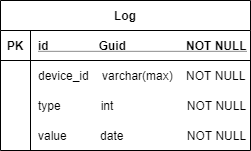
This is files/БД.png from redmolle/BehavioralAnalysis, a draw.io export, as it was before one commit. Source tidied: cells renumbered, new cells last; positions are measured from the earlier drawing's top-left corner, leaving out a move shared by most shapes.
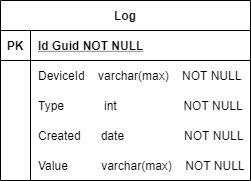
Above is the later version.

Diff of the diagram source:
```diff
@@ -3,7 +3,7 @@
     <mxCell id="0" />
     <mxCell id="1" parent="0" />
     <mxCell id="2" value="Log" style="shape=table;startSize=30;rowLines=0;fontStyle=1;align=center;" parent="1" vertex="1">
-      <mxGeometry width="250" height="150" as="geometry" />
+      <mxGeometry width="250" height="180" as="geometry" />
     </mxCell>
     <mxCell id="3" style="shape=partialRectangle;fillColor=none;top=0;left=0;right=0;bottom=1;" parent="2" vertex="1">
       <mxGeometry y="30" width="250" height="30" as="geometry" />
@@ -11,7 +11,7 @@
     <mxCell id="4" value="PK" style="shape=partialRectangle;overflow=hidden;fillColor=none;top=0;left=0;bottom=0;right=0;fontStyle=1;" parent="3" vertex="1">
       <mxGeometry width="30" height="30" as="geometry" />
     </mxCell>
-    <mxCell id="5" value="id               Guid                  NOT NULL " style="shape=partialRectangle;overflow=hidden;fillColor=none;top=0;left=0;bottom=0;right=0;align=left;spacingLeft=6;fontStyle=5;" parent="3" vertex="1">
+    <mxCell id="5" value="Id Guid NOT NULL " style="shape=partialRectangle;overflow=hidden;fillColor=none;top=0;left=0;bottom=0;right=0;align=left;spacingLeft=6;fontStyle=5;" parent="3" vertex="1">
       <mxGeometry x="30" width="220" height="30" as="geometry" />
     </mxCell>
     <mxCell id="6" style="shape=partialRectangle;fillColor=none;top=0;left=0;right=0;bottom=0;" parent="2" vertex="1">
@@ -20,7 +20,7 @@
     <mxCell id="7" style="shape=partialRectangle;overflow=hidden;fillColor=none;top=0;left=0;bottom=0;right=0;" parent="6" vertex="1">
       <mxGeometry width="30" height="30" as="geometry" />
     </mxCell>
-    <mxCell id="8" value="device_id    varchar(max)    NOT NULL" style="shape=partialRectangle;overflow=hidden;fillColor=none;top=0;left=0;bottom=0;right=0;align=left;spacingLeft=6;" parent="6" vertex="1">
+    <mxCell id="8" value="DeviceId    varchar(max)    NOT NULL" style="shape=partialRectangle;overflow=hidden;fillColor=none;top=0;left=0;bottom=0;right=0;align=left;spacingLeft=6;" parent="6" vertex="1">
       <mxGeometry x="30" width="220" height="30" as="geometry" />
     </mxCell>
     <mxCell id="9" style="shape=partialRectangle;fillColor=none;top=0;left=0;right=0;bottom=0;" parent="2" vertex="1">
@@ -29,11 +29,14 @@
     <mxCell id="10" style="shape=partialRectangle;overflow=hidden;fillColor=none;top=0;left=0;bottom=0;right=0;" parent="9" vertex="1">
       <mxGeometry width="30" height="30" as="geometry" />
     </mxCell>
-    <mxCell id="11" value="type            int                      NOT NULL" style="shape=partialRectangle;overflow=hidden;fillColor=none;top=0;left=0;bottom=0;right=0;align=left;spacingLeft=6;" parent="9" vertex="1">
+    <mxCell id="11" value="Type            int                    NOT NULL" style="shape=partialRectangle;overflow=hidden;fillColor=none;top=0;left=0;bottom=0;right=0;align=left;spacingLeft=6;" parent="9" vertex="1">
       <mxGeometry x="30" width="220" height="30" as="geometry" />
     </mxCell>
-    <mxCell id="12" value="value          date                   NOT NULL" style="shape=partialRectangle;overflow=hidden;fillColor=none;top=0;left=0;bottom=0;right=0;align=left;spacingLeft=6;" parent="1" vertex="1">
+    <mxCell id="12" value="Created      date                  NOT NULL" style="shape=partialRectangle;overflow=hidden;fillColor=none;top=0;left=0;bottom=0;right=0;align=left;spacingLeft=6;" parent="1" vertex="1">
       <mxGeometry x="30" y="120" width="220" height="30" as="geometry" />
     </mxCell>
+    <mxCell id="13" value="Value          varchar(max)    NOT NULL" style="shape=partialRectangle;overflow=hidden;fillColor=none;top=0;left=0;bottom=0;right=0;align=left;spacingLeft=6;" parent="1" vertex="1">
+      <mxGeometry x="30" y="150" width="220" height="30" as="geometry" />
+    </mxCell>
   </root>
 </mxGraphModel>
```
